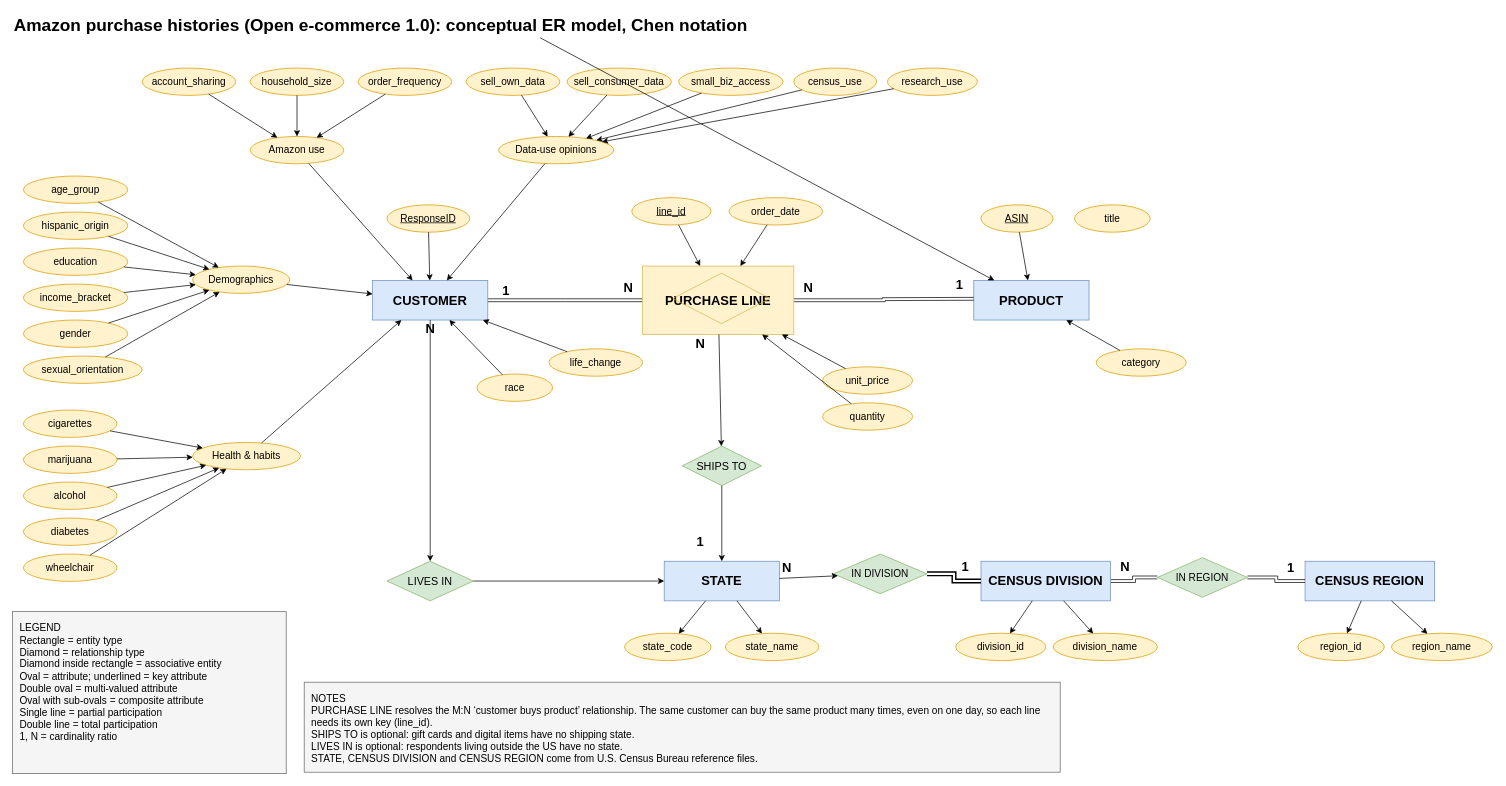
This is assets/ER Diagram.drawio.xml from Manomaysubban-Narasimha/data201-group3-project, a draw.io file, before an edit. Source tidied: cells renumbered, new cells numbered last; positions are measured from the earlier drawing's top-left corner, leaving out a move shared by most shapes. Both pictures are drawn from the tidied source at 72%, with x=0, y=0 at pixel (12, 12).
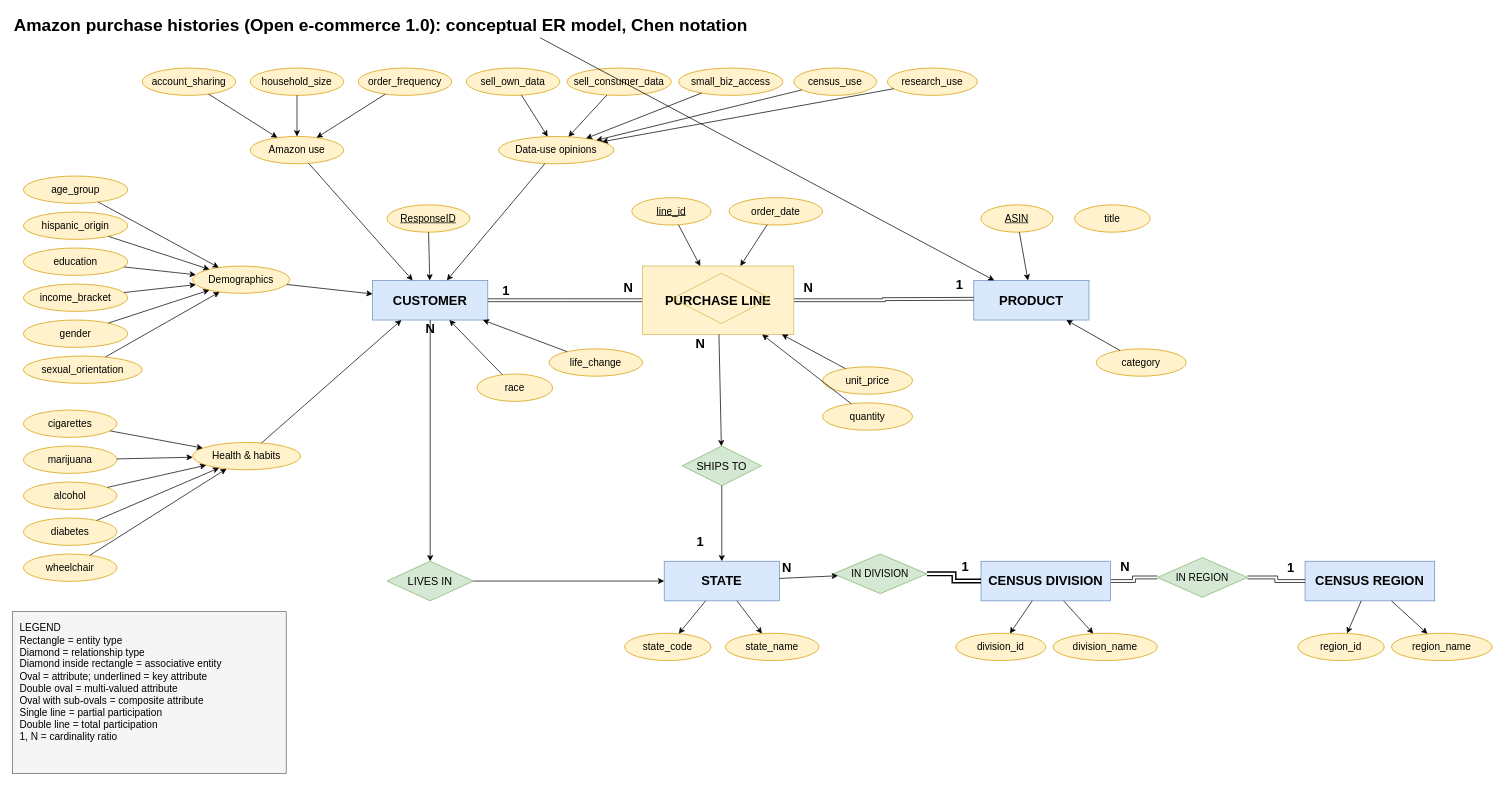
After the change.

Diff of the diagram source:
```diff
@@
-    <mxCell id="4" value="NOTES&lt;br&gt;PURCHASE LINE resolves the M:N ‘customer buys product’ relationship. The same customer can buy the same product many times, even on one day, so each line needs its own key (line_id).&lt;br&gt;SHIPS TO is optional: gift cards and digital items have no shipping state.&lt;br&gt;LIVES IN is optional: respondents living outside the US have no state.&lt;br&gt;STATE, CENSUS DIVISION and CENSUS REGION come from U.S. Census Bureau reference files." style="rounded=0;whiteSpace=wrap;html=1;fillColor=#f5f5f5;strokeColor=#666;align=left;verticalAlign=top;spacing=10;fontSize=14;" parent="1" vertex="1">
-      <mxGeometry x="405" y="930" width="1050" height="125" as="geometry" />
-    </mxCell>
```
